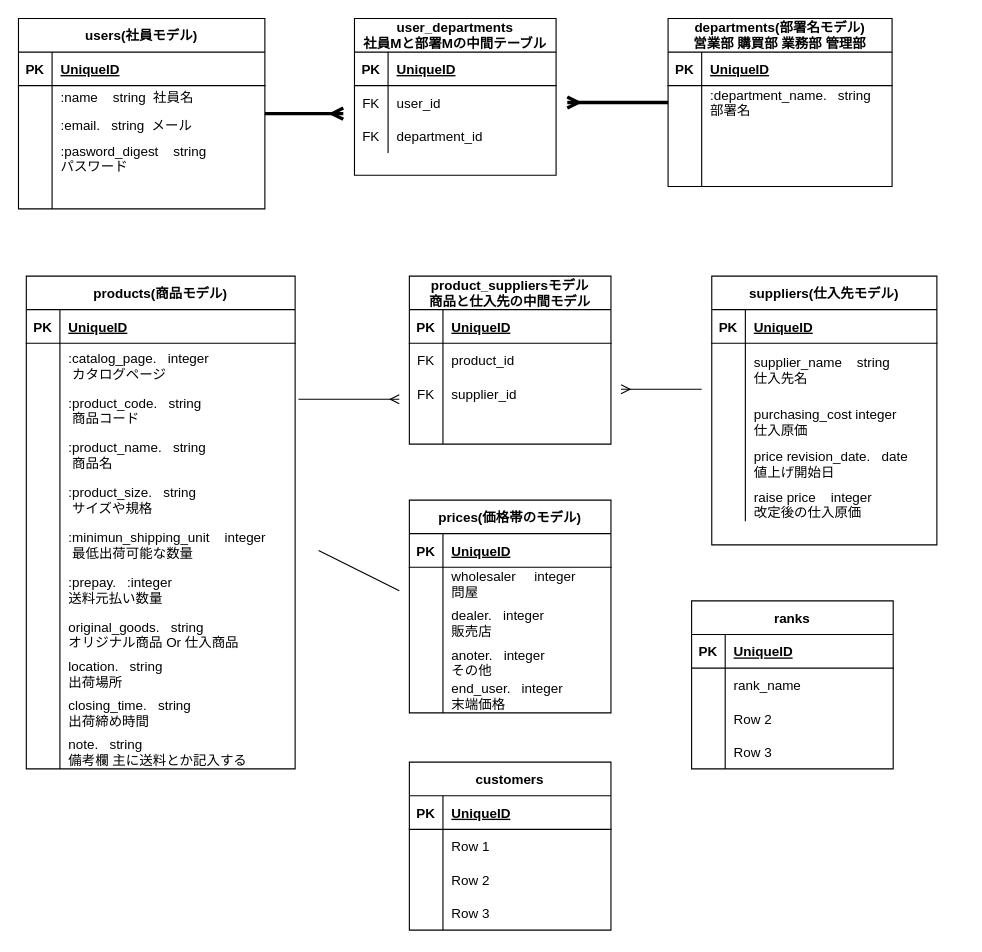
Above: ER.dio in Masakazu-Harada/Portforio_PriceList (draw.io), before the change. Source tidied: cells renumbered, new cells numbered last; positions are measured from the earlier drawing's top-left corner, leaving out a move shared by most shapes. Both pictures are drawn from the tidied source at 112%, with x=0, y=0 at pixel (18, 18).
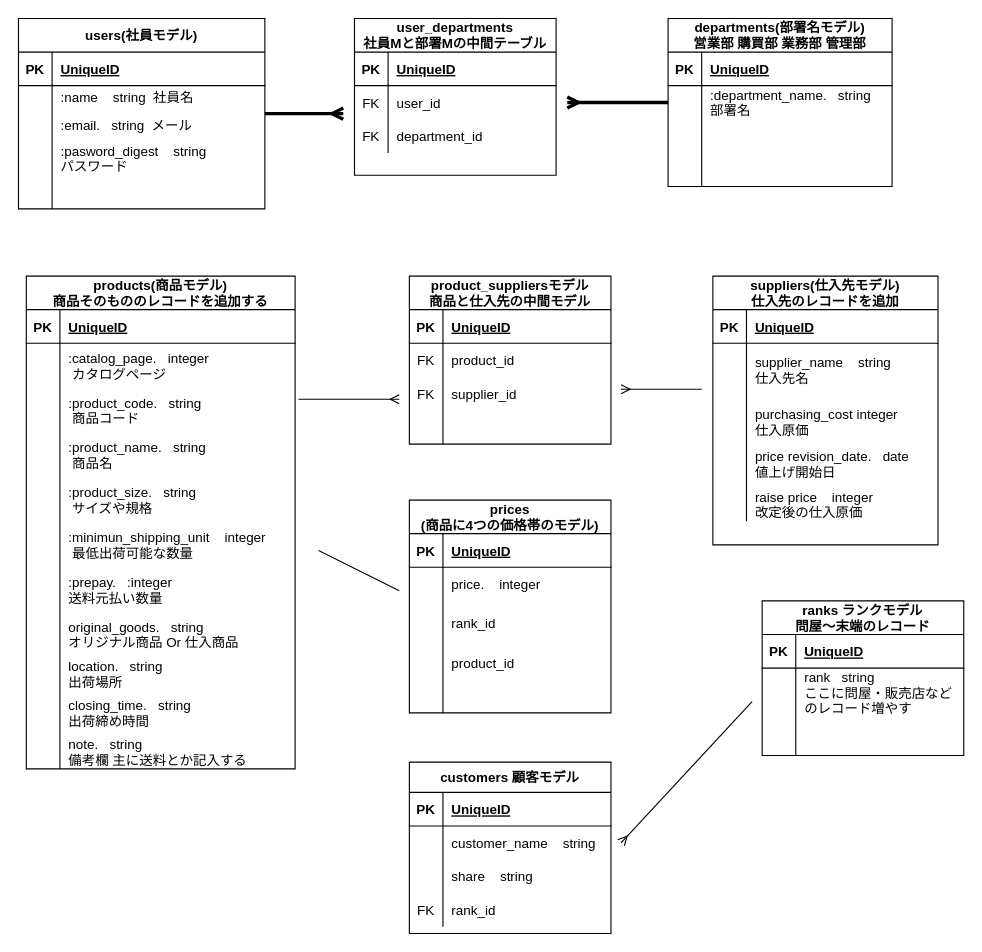
Above is the later version.

Commit message:
ER図作成その５

The change refers to these unchanged cells:
```xml
<mxCell id="81" style="shape=tableRow;horizontal=0;startSize=0;swimlaneHead=0;swimlaneBody=0;fillColor=none;top=0;left=0;right=0;bottom=0;" parent="77" vertex="1">
  <mxGeometry y="60" width="180" height="30" as="geometry" />
</mxCell>
<mxCell id="84" style="shape=tableRow;horizontal=0;startSize=0;swimlaneHead=0;swimlaneBody=0;fillColor=none;top=0;left=0;right=0;bottom=0;" parent="77" vertex="1">
  <mxGeometry y="90" width="180" height="40" as="geometry" />
</mxCell>
<mxCell id="87" style="shape=tableRow;horizontal=0;startSize=0;swimlaneHead=0;swimlaneBody=0;fillColor=none;top=0;left=0;right=0;bottom=0;" parent="77" vertex="1">
  <mxGeometry y="130" width="180" height="30" as="geometry" />
</mxCell>
<mxCell id="90" style="shape=tableRow;horizontal=0;startSize=0;swimlaneHead=0;swimlaneBody=0;fillColor=none;top=0;left=0;right=0;bottom=0;" parent="77" vertex="1">
  <mxGeometry y="160" width="180" height="30" as="geometry" />
</mxCell>
```

Diff of the diagram source:
```diff
@@
-    <mxCell id="43" value="products(商品モデル)" style="shape=table;startSize=30;childLayout=tableLayout;rowLines=0;fontStyle=1;align=center;" parent="1" vertex="1">
+    <mxCell id="43" value="products(商品モデル)&#10;商品そのもののレコードを追加する" style="shape=table;startSize=30;childLayout=tableLayout;rowLines=0;fontStyle=1;align=center;" parent="1" vertex="1">
       <mxGeometry x="7" y="230" width="240" height="440" as="geometry" />
     </mxCell>
@@
-    <mxCell id="77" value="prices(価格帯のモデル)" style="shape=table;startSize=30;childLayout=tableLayout;rowLines=0;fontStyle=1;align=center;" parent="1" vertex="1">
+    <mxCell id="77" value="prices&#10;(商品に4つの価格帯のモデル)" style="shape=table;startSize=30;childLayout=tableLayout;rowLines=0;fontStyle=1;align=center;" parent="1" vertex="1">
       <mxGeometry x="349" y="430" width="180" height="190" as="geometry" />
     </mxCell>
@@
-    <mxCell id="83" value="wholesaler     integer&#10;問屋" style="shape=partialRectangle;fillColor=none;top=0;left=0;bottom=0;right=0;align=left;spacingLeft=6;overflow=hidden;" parent="81" vertex="1">
+    <mxCell id="83" value="price.    integer" style="shape=partialRectangle;fillColor=none;top=0;left=0;bottom=0;right=0;align=left;spacingLeft=6;overflow=hidden;" parent="81" vertex="1">
       <mxGeometry x="30" width="150" height="30" as="geometry" />
     </mxCell>
@@
-    <mxCell id="86" value="dealer.   integer&#10;販売店" style="shape=partialRectangle;fillColor=none;top=0;left=0;bottom=0;right=0;align=left;spacingLeft=6;overflow=hidden;" parent="84" vertex="1">
+    <mxCell id="86" value="rank_id" style="shape=partialRectangle;fillColor=none;top=0;left=0;bottom=0;right=0;align=left;spacingLeft=6;overflow=hidden;" parent="84" vertex="1">
       <mxGeometry x="30" width="150" height="40" as="geometry" />
     </mxCell>
@@
-    <mxCell id="89" value="anoter.   integer&#10;その他" style="shape=partialRectangle;fillColor=none;top=0;left=0;bottom=0;right=0;align=left;spacingLeft=6;overflow=hidden;" parent="87" vertex="1">
+    <mxCell id="89" value="product_id" style="shape=partialRectangle;fillColor=none;top=0;left=0;bottom=0;right=0;align=left;spacingLeft=6;overflow=hidden;" parent="87" vertex="1">
       <mxGeometry x="30" width="150" height="30" as="geometry" />
     </mxCell>
@@
-    <mxCell id="92" value="end_user.   integer&#10;末端価格" style="shape=partialRectangle;fillColor=none;top=0;left=0;bottom=0;right=0;align=left;spacingLeft=6;overflow=hidden;" parent="90" vertex="1">
+    <mxCell id="92" style="shape=partialRectangle;fillColor=none;top=0;left=0;bottom=0;right=0;align=left;spacingLeft=6;overflow=hidden;" parent="90" vertex="1">
       <mxGeometry x="30" width="150" height="30" as="geometry" />
     </mxCell>
@@
-    <mxCell id="94" value="suppliers(仕入先モデル)" style="shape=table;startSize=30;childLayout=tableLayout;rowLines=0;fontStyle=1;align=center;" parent="1" vertex="1">
-      <mxGeometry x="619" y="230" width="201" height="240" as="geometry" />
+    <mxCell id="94" value="suppliers(仕入先モデル)&#10;仕入先のレコードを追加" style="shape=table;startSize=30;childLayout=tableLayout;rowLines=0;fontStyle=1;align=center;" parent="1" vertex="1">
+      <mxGeometry x="620" y="230" width="201" height="240" as="geometry" />
     </mxCell>
@@
-    <mxCell id="126" value="customers" style="shape=table;startSize=30;childLayout=tableLayout;rowLines=0;fontStyle=1;align=center;" parent="1" vertex="1">
-      <mxGeometry x="349" y="664" width="180" height="150" as="geometry" />
+    <mxCell id="126" value="customers 顧客モデル" style="shape=table;startSize=27;childLayout=tableLayout;rowLines=0;fontStyle=1;align=center;" parent="1" vertex="1">
+      <mxGeometry x="349" y="664" width="180" height="153" as="geometry" />
     </mxCell>
     <mxCell id="127" style="shape=tableRow;horizontal=0;startSize=0;swimlaneHead=0;swimlaneBody=0;fillColor=none;top=0;left=0;right=0;bottom=1;" parent="126" vertex="1">
-      <mxGeometry y="30" width="180" height="30" as="geometry" />
+      <mxGeometry y="27" width="180" height="30" as="geometry" />
     </mxCell>
@@
     <mxCell id="130" style="shape=tableRow;horizontal=0;startSize=0;swimlaneHead=0;swimlaneBody=0;fillColor=none;top=0;left=0;right=0;bottom=0;" parent="126" vertex="1">
-      <mxGeometry y="60" width="180" height="30" as="geometry" />
+      <mxGeometry y="57" width="180" height="30" as="geometry" />
     </mxCell>
@@
-    <mxCell id="132" value="Row 1" style="shape=partialRectangle;fillColor=none;top=0;left=0;bottom=0;right=0;align=left;spacingLeft=6;overflow=hidden;" parent="130" vertex="1">
+    <mxCell id="132" value="customer_name    string" style="shape=partialRectangle;fillColor=none;top=0;left=0;bottom=0;right=0;align=left;spacingLeft=6;overflow=hidden;" parent="130" vertex="1">
       <mxGeometry x="30" width="150" height="30" as="geometry" />
     </mxCell>
+    <mxCell id="136" style="shape=tableRow;horizontal=0;startSize=0;swimlaneHead=0;swimlaneBody=0;fillColor=none;top=0;left=0;right=0;bottom=0;" parent="126" vertex="1">
+      <mxGeometry y="87" width="180" height="30" as="geometry" />
+    </mxCell>
+    <mxCell id="137" style="shape=partialRectangle;fillColor=none;top=0;left=0;bottom=0;right=0;overflow=hidden;" parent="136" vertex="1">
+      <mxGeometry width="30" height="30" as="geometry" />
+    </mxCell>
+    <mxCell id="138" value="share    string" style="shape=partialRectangle;fillColor=none;top=0;left=0;bottom=0;right=0;align=left;spacingLeft=6;overflow=hidden;" parent="136" vertex="1">
+      <mxGeometry x="30" width="150" height="30" as="geometry" />
+    </mxCell>
     <mxCell id="133" style="shape=tableRow;horizontal=0;startSize=0;swimlaneHead=0;swimlaneBody=0;fillColor=none;top=0;left=0;right=0;bottom=0;" parent="126" vertex="1">
-      <mxGeometry y="90" width="180" height="30" as="geometry" />
+      <mxGeometry y="117" width="180" height="30" as="geometry" />
     </mxCell>
-    <mxCell id="134" style="shape=partialRectangle;fillColor=none;top=0;left=0;bottom=0;right=0;overflow=hidden;" parent="133" vertex="1">
+    <mxCell id="134" value="FK" style="shape=partialRectangle;fillColor=none;top=0;left=0;bottom=0;right=0;overflow=hidden;" parent="133" vertex="1">
       <mxGeometry width="30" height="30" as="geometry" />
     </mxCell>
-    <mxCell id="135" value="Row 2" style="shape=partialRectangle;fillColor=none;top=0;left=0;bottom=0;right=0;align=left;spacingLeft=6;overflow=hidden;" parent="133" vertex="1">
+    <mxCell id="135" value="rank_id" style="shape=partialRectangle;fillColor=none;top=0;left=0;bottom=0;right=0;align=left;spacingLeft=6;overflow=hidden;" parent="133" vertex="1">
       <mxGeometry x="30" width="150" height="30" as="geometry" />
     </mxCell>
-    <mxCell id="136" style="shape=tableRow;horizontal=0;startSize=0;swimlaneHead=0;swimlaneBody=0;fillColor=none;top=0;left=0;right=0;bottom=0;" parent="126" vertex="1">
-      <mxGeometry y="120" width="180" height="30" as="geometry" />
-    </mxCell>
-    <mxCell id="137" style="shape=partialRectangle;fillColor=none;top=0;left=0;bottom=0;right=0;overflow=hidden;" parent="136" vertex="1">
-      <mxGeometry width="30" height="30" as="geometry" />
-    </mxCell>
-    <mxCell id="138" value="Row 3" style="shape=partialRectangle;fillColor=none;top=0;left=0;bottom=0;right=0;align=left;spacingLeft=6;overflow=hidden;" parent="136" vertex="1">
-      <mxGeometry x="30" width="150" height="30" as="geometry" />
-    </mxCell>
-    <mxCell id="139" value="ranks" style="shape=table;startSize=30;childLayout=tableLayout;rowLines=0;fontStyle=1;align=center;" parent="1" vertex="1">
-      <mxGeometry x="601" y="520" width="180" height="150" as="geometry" />
+    <mxCell id="139" value="ranks ランクモデル&#10;問屋〜末端のレコード" style="shape=table;startSize=30;childLayout=tableLayout;rowLines=0;fontStyle=1;align=center;" parent="1" vertex="1">
+      <mxGeometry x="664" y="520" width="180" height="138" as="geometry" />
     </mxCell>
@@
     <mxCell id="143" style="shape=tableRow;horizontal=0;startSize=0;swimlaneHead=0;swimlaneBody=0;fillColor=none;top=0;left=0;right=0;bottom=0;" parent="139" vertex="1">
-      <mxGeometry y="60" width="180" height="30" as="geometry" />
+      <mxGeometry y="60" width="180" height="48" as="geometry" />
     </mxCell>
     <mxCell id="144" style="shape=partialRectangle;fillColor=none;top=0;left=0;bottom=0;right=0;overflow=hidden;" parent="143" vertex="1">
-      <mxGeometry width="30" height="30" as="geometry" />
+      <mxGeometry width="30" height="48" as="geometry" />
     </mxCell>
-    <mxCell id="145" value="rank_name" style="shape=partialRectangle;fillColor=none;top=0;left=0;bottom=0;right=0;align=left;spacingLeft=6;overflow=hidden;" parent="143" vertex="1">
-      <mxGeometry x="30" width="150" height="30" as="geometry" />
+    <mxCell id="145" value="rank   string&#10;ここに問屋・販売店など&#10;のレコード増やす&#10;" style="shape=partialRectangle;fillColor=none;top=0;left=0;bottom=0;right=0;align=left;spacingLeft=6;overflow=hidden;" parent="143" vertex="1">
+      <mxGeometry x="30" width="150" height="48" as="geometry" />
     </mxCell>
-    <mxCell id="146" style="shape=tableRow;horizontal=0;startSize=0;swimlaneHead=0;swimlaneBody=0;fillColor=none;top=0;left=0;right=0;bottom=0;" parent="139" vertex="1">
-      <mxGeometry y="90" width="180" height="30" as="geometry" />
-    </mxCell>
-    <mxCell id="147" style="shape=partialRectangle;fillColor=none;top=0;left=0;bottom=0;right=0;overflow=hidden;" parent="146" vertex="1">
-      <mxGeometry width="30" height="30" as="geometry" />
-    </mxCell>
-    <mxCell id="148" value="Row 2" style="shape=partialRectangle;fillColor=none;top=0;left=0;bottom=0;right=0;align=left;spacingLeft=6;overflow=hidden;" parent="146" vertex="1">
-      <mxGeometry x="30" width="150" height="30" as="geometry" />
-    </mxCell>
     <mxCell id="149" style="shape=tableRow;horizontal=0;startSize=0;swimlaneHead=0;swimlaneBody=0;fillColor=none;top=0;left=0;right=0;bottom=0;" parent="139" vertex="1">
-      <mxGeometry y="120" width="180" height="30" as="geometry" />
+      <mxGeometry y="108" width="180" height="30" as="geometry" />
     </mxCell>
@@
-    <mxCell id="151" value="Row 3" style="shape=partialRectangle;fillColor=none;top=0;left=0;bottom=0;right=0;align=left;spacingLeft=6;overflow=hidden;" parent="149" vertex="1">
+    <mxCell id="151" style="shape=partialRectangle;fillColor=none;top=0;left=0;bottom=0;right=0;align=left;spacingLeft=6;overflow=hidden;" parent="149" vertex="1">
       <mxGeometry x="30" width="150" height="30" as="geometry" />
     </mxCell>
+    <mxCell id="152" style="edgeStyle=none;html=1;endArrow=ERmany;endFill=0;" parent="1" edge="1">
+      <mxGeometry relative="1" as="geometry">
+        <mxPoint x="655" y="610" as="sourcePoint" />
+        <mxPoint x="538" y="736" as="targetPoint" />
+      </mxGeometry>
+    </mxCell>
```
